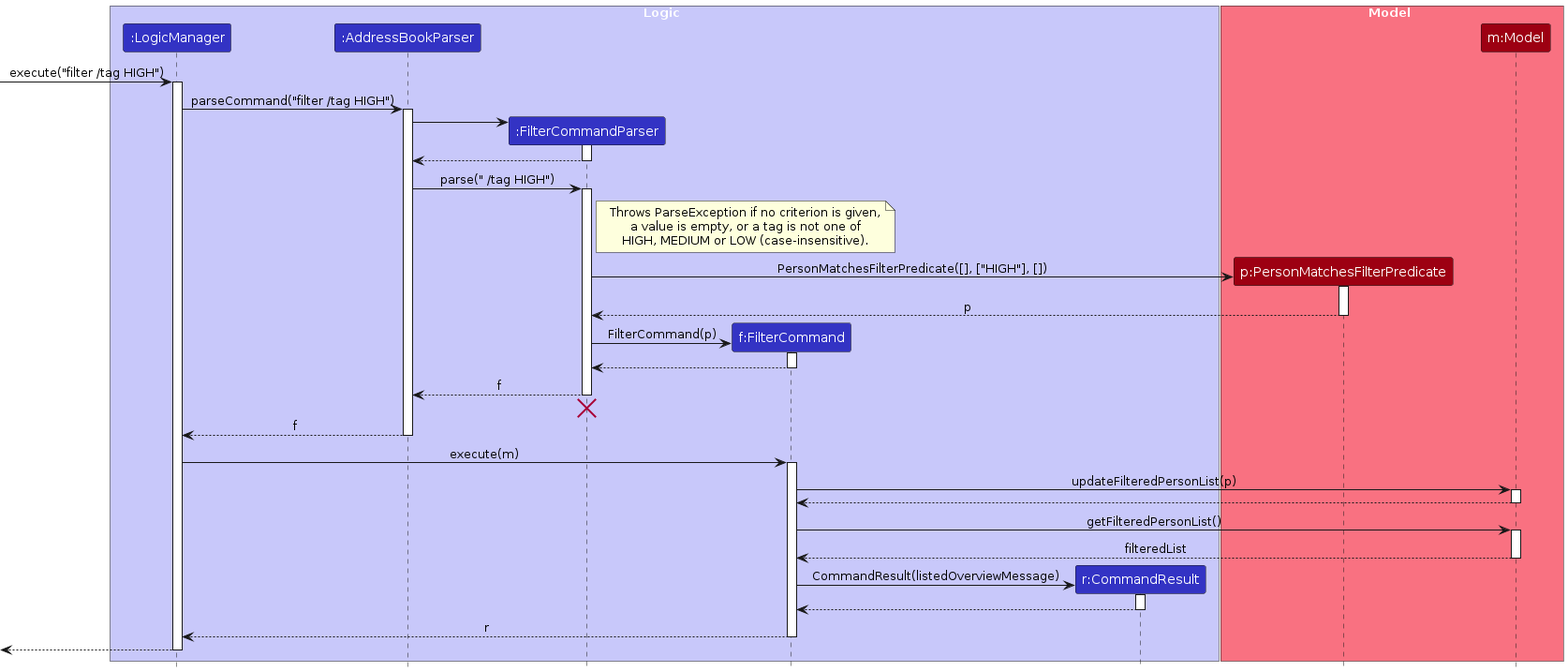
Before: diagrams/FilterSequenceDiagram.png, a diagram exported from PlantUML (AY2627S1-CS2103T-T08-1/tp). Its source is kept beside it as diagrams/FilterSequenceDiagram.puml. The source it was exported from:
```plantuml
@startuml
!include style.puml
skinparam ArrowFontStyle plain

box Logic LOGIC_COLOR_T1
participant ":LogicManager" as LogicManager LOGIC_COLOR
participant ":AddressBookParser" as AddressBookParser LOGIC_COLOR
participant ":FilterCommandParser" as FilterCommandParser LOGIC_COLOR
participant "f:FilterCommand" as FilterCommand LOGIC_COLOR
participant "r:CommandResult" as CommandResult LOGIC_COLOR
end box

box Model MODEL_COLOR_T1
participant "p:PersonMatchesFilterPredicate" as PersonMatchesFilterPredicate MODEL_COLOR
participant "m:Model" as Model MODEL_COLOR
end box

[-> LogicManager : execute("filter /tag HIGH")
activate LogicManager

LogicManager -> AddressBookParser : parseCommand("filter /tag HIGH")
activate AddressBookParser

create FilterCommandParser
AddressBookParser -> FilterCommandParser
activate FilterCommandParser

FilterCommandParser --> AddressBookParser
deactivate FilterCommandParser

AddressBookParser -> FilterCommandParser : parse(" /tag HIGH")
activate FilterCommandParser

note right of FilterCommandParser
  Throws ParseException if no criterion is given,
  a value is empty, or a tag is not one of
  HIGH, MEDIUM or LOW (case-insensitive).
end note

create PersonMatchesFilterPredicate
FilterCommandParser -> PersonMatchesFilterPredicate : PersonMatchesFilterPredicate([], ["HIGH"], [])
activate PersonMatchesFilterPredicate

PersonMatchesFilterPredicate --> FilterCommandParser : p
deactivate PersonMatchesFilterPredicate

create FilterCommand
FilterCommandParser -> FilterCommand : FilterCommand(p)
activate FilterCommand

FilterCommand --> FilterCommandParser
deactivate FilterCommand

FilterCommandParser --> AddressBookParser : f
deactivate FilterCommandParser
FilterCommandParser -[hidden]-> AddressBookParser
destroy FilterCommandParser

AddressBookParser --> LogicManager : f
deactivate AddressBookParser

LogicManager -> FilterCommand : execute(m)
activate FilterCommand

FilterCommand -> Model : updateFilteredPersonList(p)
activate Model

Model --> FilterCommand
deactivate Model

FilterCommand -> Model : getFilteredPersonList()
activate Model

Model --> FilterCommand : filteredList
deactivate Model

create CommandResult
FilterCommand -> CommandResult : CommandResult(listedOverviewMessage)
activate CommandResult

CommandResult --> FilterCommand
deactivate CommandResult

FilterCommand --> LogicManager : r
deactivate FilterCommand

[<--LogicManager
deactivate LogicManager
@enduml
```
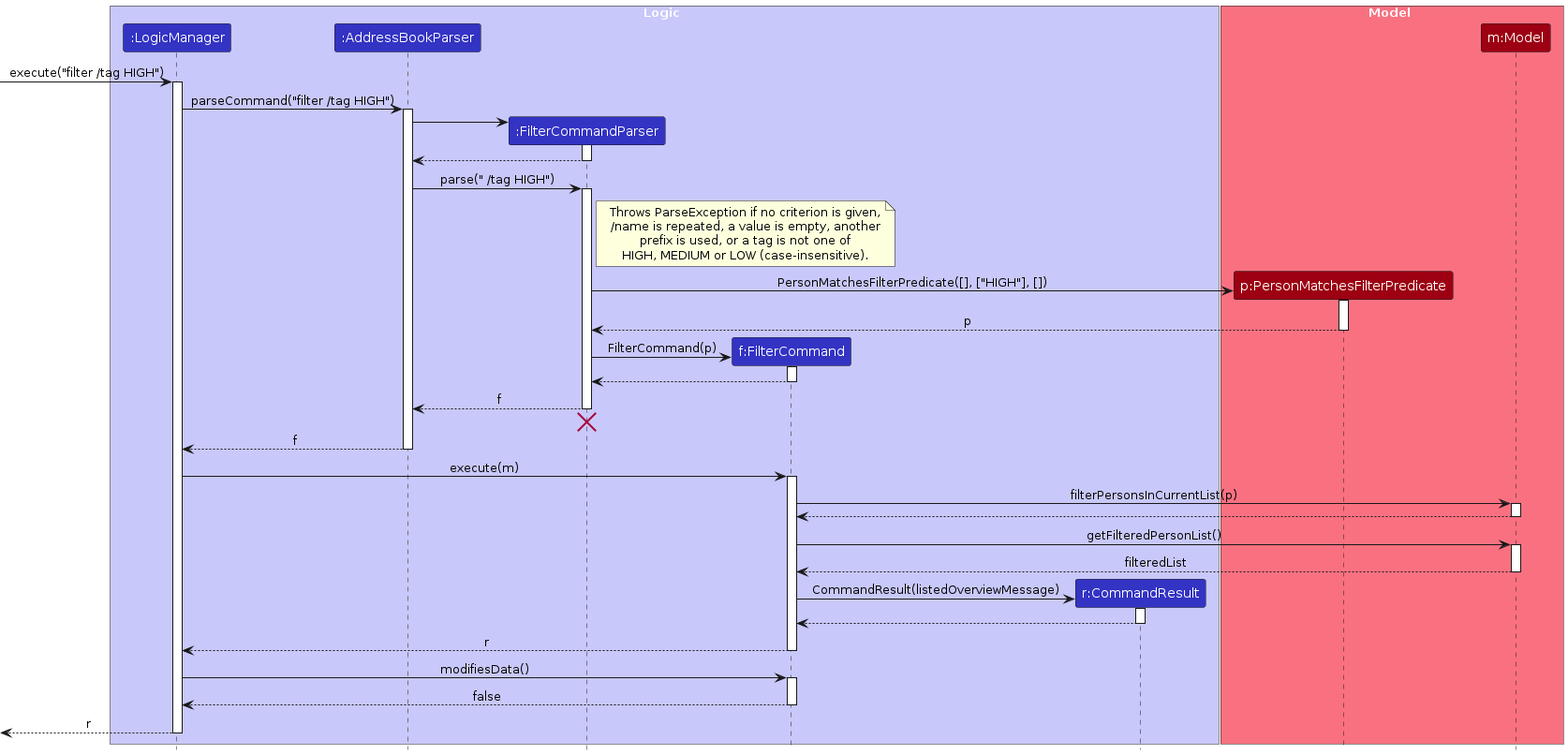
After the commit.

The edit, as a diff of the source:
```diff
@@ -33,7 +33,8 @@
 
 note right of FilterCommandParser
   Throws ParseException if no criterion is given,
-  a value is empty, or a tag is not one of
+  /name is repeated, a value is empty, another
+  prefix is used, or a tag is not one of
   HIGH, MEDIUM or LOW (case-insensitive).
 end note
 
@@ -62,7 +63,7 @@
 LogicManager -> FilterCommand : execute(m)
 activate FilterCommand
 
-FilterCommand -> Model : updateFilteredPersonList(p)
+FilterCommand -> Model : filterPersonsInCurrentList(p)
 activate Model
 
 Model --> FilterCommand
@@ -84,6 +85,12 @@
 FilterCommand --> LogicManager : r
 deactivate FilterCommand
 
-[<--LogicManager
+LogicManager -> FilterCommand : modifiesData()
+activate FilterCommand
+
+FilterCommand --> LogicManager : false
+deactivate FilterCommand
+
+[<-- LogicManager : r
 deactivate LogicManager
 @enduml
```
